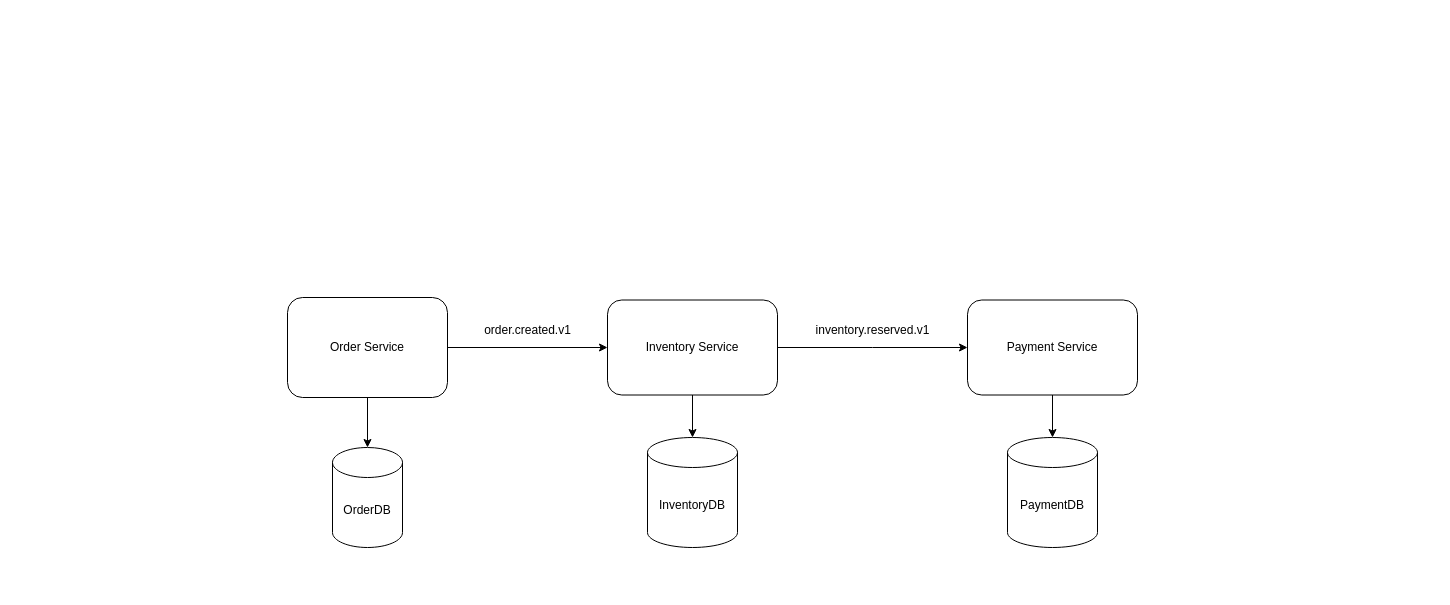
Before: RTMicroservice.drawio in ad1822/diagrams, a draw.io diagram. Source tidied: cells renumbered, new cells numbered last; positions are measured from the earlier drawing's top-left corner, leaving out a move shared by most shapes. Both pictures are drawn from the tidied source at 100%, with x=0, y=0 at pixel (287, 297). Pictures stored in the file or linked from it are replaced by grey dashed boxes.
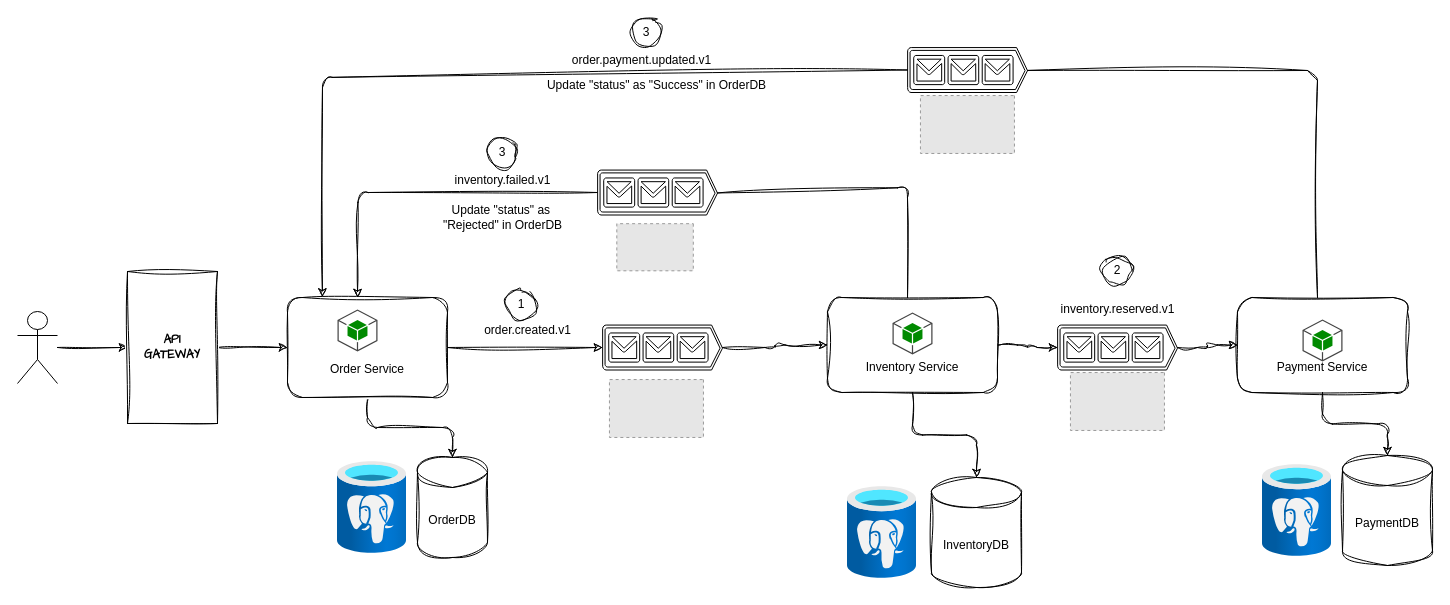
Above is the later version.

What changed in the source:
```diff
@@
-    <mxCell id="2" style="edgeStyle=orthogonalEdgeStyle;rounded=0;jettySize=auto;html=1;" parent="1" edge="1" source="4" target="5">
+    <mxCell id="2" style="edgeStyle=orthogonalEdgeStyle;rounded=1;jettySize=auto;html=1;sketch=1;curveFitting=1;jiggle=2;" parent="1" edge="1" source="4" target="5">
       <mxGeometry relative="1" as="geometry" />
     </mxCell>
-    <mxCell id="3" style="edgeStyle=orthogonalEdgeStyle;rounded=0;jettySize=auto;html=1;" parent="1" edge="1" source="4" target="8">
+    <mxCell id="3" style="edgeStyle=orthogonalEdgeStyle;rounded=1;jettySize=auto;html=1;sketch=1;curveFitting=1;jiggle=2;entryX=0;entryY=0.5;entryDx=0;entryDy=0;entryPerimeter=0;" parent="1" edge="1" source="4" target="30">
       <mxGeometry relative="1" as="geometry" />
     </mxCell>
-    <mxCell id="4" value="Order Service" style="rounded=1;whiteSpace=wrap;html=1;" parent="1" vertex="1">
+    <mxCell id="4" value="&lt;div align=&quot;center&quot;&gt;&lt;span&gt;&lt;br&gt;&lt;/span&gt;&lt;/div&gt;&lt;div align=&quot;center&quot;&gt;&lt;span&gt;&lt;br&gt;&lt;/span&gt;&lt;/div&gt;&lt;div align=&quot;center&quot;&gt;&lt;span&gt;&lt;br&gt;&lt;/span&gt;&lt;/div&gt;&lt;div align=&quot;center&quot;&gt;&lt;span&gt;Order Service&lt;/span&gt;&lt;/div&gt;" style="rounded=1;whiteSpace=wrap;html=1;sketch=1;curveFitting=1;jiggle=2;align=center;" parent="1" vertex="1">
       <mxGeometry width="160" height="100" as="geometry" />
     </mxCell>
-    <mxCell id="5" value="OrderDB" style="shape=cylinder3;whiteSpace=wrap;html=1;boundedLbl=1;backgroundOutline=1;size=15;" parent="1" vertex="1">
-      <mxGeometry x="45" y="150" width="70" height="100" as="geometry" />
+    <mxCell id="5" value="OrderDB" style="shape=cylinder3;whiteSpace=wrap;html=1;boundedLbl=1;backgroundOutline=1;size=15;sketch=1;curveFitting=1;jiggle=2;rounded=1;" parent="1" vertex="1">
+      <mxGeometry x="130" y="160" width="70" height="100" as="geometry" />
     </mxCell>
-    <mxCell id="6" style="edgeStyle=orthogonalEdgeStyle;rounded=0;jettySize=auto;html=1;" parent="1" edge="1" source="8" target="10">
+    <mxCell id="6" style="edgeStyle=orthogonalEdgeStyle;rounded=1;jettySize=auto;html=1;sketch=1;curveFitting=1;jiggle=2;" parent="1" edge="1" source="8" target="10">
       <mxGeometry relative="1" as="geometry" />
     </mxCell>
-    <mxCell id="7" style="edgeStyle=orthogonalEdgeStyle;rounded=0;jettySize=auto;html=1;" parent="1" edge="1" source="8">
-      <mxGeometry relative="1" as="geometry">
-        <mxPoint x="680" y="50" as="targetPoint" />
-      </mxGeometry>
+    <mxCell id="7" style="edgeStyle=orthogonalEdgeStyle;rounded=1;jettySize=auto;html=1;sketch=1;curveFitting=1;jiggle=2;entryX=0;entryY=0.5;entryDx=0;entryDy=0;entryPerimeter=0;" parent="1" edge="1" source="8" target="32">
+      <mxGeometry relative="1" as="geometry" />
     </mxCell>
-    <mxCell id="8" value="Inventory Service" style="whiteSpace=wrap;html=1;rounded=1;" parent="1" vertex="1">
-      <mxGeometry x="320" y="2.5" width="170" height="95" as="geometry" />
+    <mxCell id="8" value="&lt;br&gt;&lt;div&gt;&lt;br&gt;&lt;/div&gt;&lt;div&gt;&lt;br&gt;&lt;/div&gt;&lt;div&gt;Inventory Service&lt;/div&gt;" style="whiteSpace=wrap;html=1;rounded=1;sketch=1;curveFitting=1;jiggle=2;" parent="1" vertex="1">
+      <mxGeometry x="540" width="170" height="95" as="geometry" />
     </mxCell>
-    <mxCell id="9" value="order.created.v1" style="text;html=1;align=center;verticalAlign=middle;strokeColor=none;fillColor=none;" parent="1" vertex="1">
+    <mxCell id="9" value="order.created.v1" style="text;html=1;align=center;verticalAlign=middle;strokeColor=none;fillColor=none;sketch=1;curveFitting=1;jiggle=2;rounded=1;" parent="1" vertex="1">
       <mxGeometry x="170" y="18" width="140" height="30" as="geometry" />
     </mxCell>
-    <mxCell id="10" value="InventoryDB" style="shape=cylinder3;whiteSpace=wrap;html=1;boundedLbl=1;backgroundOutline=1;size=15;" parent="1" vertex="1">
-      <mxGeometry x="360" y="140" width="90" height="110" as="geometry" />
+    <mxCell id="10" value="InventoryDB" style="shape=cylinder3;whiteSpace=wrap;html=1;boundedLbl=1;backgroundOutline=1;size=15;sketch=1;curveFitting=1;jiggle=2;rounded=1;" parent="1" vertex="1">
+      <mxGeometry x="644" y="180" width="90" height="110" as="geometry" />
     </mxCell>
-    <mxCell id="11" style="edgeStyle=orthogonalEdgeStyle;rounded=0;jettySize=auto;html=1;" parent="1" edge="1" source="12" target="13">
+    <mxCell id="11" style="edgeStyle=orthogonalEdgeStyle;rounded=1;jettySize=auto;html=1;sketch=1;curveFitting=1;jiggle=2;" parent="1" edge="1" source="12" target="13">
       <mxGeometry relative="1" as="geometry" />
     </mxCell>
-    <mxCell id="12" value="Payment Service" style="whiteSpace=wrap;html=1;rounded=1;" parent="1" vertex="1">
-      <mxGeometry x="680" y="2.5" width="170" height="95" as="geometry" />
+    <mxCell id="12" value="&lt;br&gt;&lt;div&gt;&lt;br&gt;&lt;/div&gt;&lt;div&gt;&lt;br&gt;&lt;/div&gt;&lt;div&gt;Payment Service&lt;/div&gt;" style="whiteSpace=wrap;html=1;rounded=1;sketch=1;curveFitting=1;jiggle=2;" parent="1" vertex="1">
+      <mxGeometry x="950" width="170" height="95" as="geometry" />
     </mxCell>
-    <mxCell id="13" value="PaymentDB" style="shape=cylinder3;whiteSpace=wrap;html=1;boundedLbl=1;backgroundOutline=1;size=15;" parent="1" vertex="1">
-      <mxGeometry x="720" y="140" width="90" height="110" as="geometry" />
+    <mxCell id="13" value="PaymentDB" style="shape=cylinder3;whiteSpace=wrap;html=1;boundedLbl=1;backgroundOutline=1;size=15;sketch=1;curveFitting=1;jiggle=2;rounded=1;" parent="1" vertex="1">
+      <mxGeometry x="1055" y="158" width="90" height="110" as="geometry" />
     </mxCell>
-    <mxCell id="14" value="inventory.reserved.v1" style="text;html=1;align=center;verticalAlign=middle;strokeColor=none;fillColor=none;" parent="1" vertex="1">
-      <mxGeometry x="500" y="18" width="170" height="30" as="geometry" />
+    <mxCell id="14" value="inventory.reserved.v1" style="text;html=1;align=center;verticalAlign=middle;strokeColor=none;fillColor=none;sketch=1;curveFitting=1;jiggle=2;rounded=1;" parent="1" vertex="1">
+      <mxGeometry x="745" y="-3.5" width="170" height="30" as="geometry" />
     </mxCell>
+    <mxCell id="15" value="&lt;div&gt;inventory.failed.v1&lt;/div&gt;&lt;div&gt;&lt;br&gt;&lt;/div&gt;" style="text;html=1;align=center;verticalAlign=middle;strokeColor=none;fillColor=none;sketch=1;curveFitting=1;jiggle=2;rounded=1;" parent="1" vertex="1">
+      <mxGeometry x="135" y="-130" width="160" height="40" as="geometry" />
+    </mxCell>
+    <mxCell id="16" value="&lt;div&gt;Update &quot;status&quot; as&amp;nbsp;&lt;/div&gt;&lt;div&gt;&quot;Rejected&quot; in OrderDB&lt;/div&gt;" style="text;html=1;align=center;verticalAlign=middle;strokeColor=none;fillColor=none;sketch=1;curveFitting=1;jiggle=2;rounded=1;" parent="1" vertex="1">
+      <mxGeometry x="130" y="-100" width="170" height="40" as="geometry" />
+    </mxCell>
+    <mxCell id="17" value="&lt;div&gt;order.payment.updated.v1&lt;/div&gt;&lt;div&gt;&lt;br&gt;&lt;/div&gt;" style="text;html=1;align=center;verticalAlign=middle;strokeColor=none;fillColor=none;sketch=1;curveFitting=1;jiggle=2;rounded=1;" parent="1" vertex="1">
+      <mxGeometry x="254" y="-250" width="200" height="40" as="geometry" />
+    </mxCell>
+    <mxCell id="18" value="Update &quot;status&quot; as &quot;Success&quot; in OrderDB" style="text;html=1;align=center;verticalAlign=middle;strokeColor=none;fillColor=none;sketch=1;curveFitting=1;jiggle=2;rounded=1;" parent="1" vertex="1">
+      <mxGeometry x="219" y="-227" width="300" height="30" as="geometry" />
+    </mxCell>
+    <mxCell id="19" value="1" style="ellipse;whiteSpace=wrap;html=1;sketch=1;curveFitting=1;jiggle=2;rounded=1;" parent="1" vertex="1">
+      <mxGeometry x="219" y="-8" width="30" height="30" as="geometry" />
+    </mxCell>
+    <mxCell id="20" value="2" style="ellipse;whiteSpace=wrap;html=1;sketch=1;curveFitting=1;jiggle=2;rounded=1;" parent="1" vertex="1">
+      <mxGeometry x="815" y="-42" width="30" height="30" as="geometry" />
+    </mxCell>
+    <mxCell id="21" value="3" style="ellipse;whiteSpace=wrap;html=1;sketch=1;curveFitting=1;jiggle=2;rounded=1;" parent="1" vertex="1">
+      <mxGeometry x="200" y="-160" width="30" height="30" as="geometry" />
+    </mxCell>
+    <mxCell id="22" value="3" style="ellipse;whiteSpace=wrap;html=1;sketch=1;curveFitting=1;jiggle=2;rounded=1;" parent="1" vertex="1">
+      <mxGeometry x="344" y="-280" width="30" height="30" as="geometry" />
+    </mxCell>
+    <mxCell id="23" style="image;html=1;align=center;fontSize=12;image=img/lib/azure2/databases/Azure_Database_PostgreSQL_Server.svg;rounded=1;sketch=1;hachureGap=4;jiggle=2;curveFitting=1;fontFamily=Architects Daughter;" parent="1" vertex="1">
+      <mxGeometry x="50" y="164" width="69" height="92" as="geometry" />
+    </mxCell>
+    <mxCell id="24" style="image;html=1;align=center;fontSize=12;image=img/lib/azure2/databases/Azure_Database_PostgreSQL_Server.svg;rounded=1;sketch=1;hachureGap=4;jiggle=2;curveFitting=1;fontFamily=Architects Daughter;" parent="1" vertex="1">
+      <mxGeometry x="560" y="189" width="69" height="92" as="geometry" />
+    </mxCell>
+    <mxCell id="25" style="image;html=1;align=center;fontSize=12;image=img/lib/azure2/databases/Azure_Database_PostgreSQL_Server.svg;rounded=1;sketch=1;hachureGap=4;jiggle=2;curveFitting=1;fontFamily=Architects Daughter;" parent="1" vertex="1">
+      <mxGeometry x="975" y="167" width="69" height="92" as="geometry" />
+    </mxCell>
+    <mxCell id="26" style="dashed=0;verticalLabelPosition=bottom;verticalAlign=top;align=center;html=1;shape=mxgraph.aws3.android;rounded=1;hachureGap=4;fontFamily=Architects Daughter;fillColor=#008a00;fontColor=#ffffff;strokeColor=#005700;" parent="1" vertex="1">
+      <mxGeometry x="50" y="12" width="40" height="42" as="geometry" />
+    </mxCell>
+    <mxCell id="27" style="dashed=0;verticalLabelPosition=bottom;verticalAlign=top;align=center;html=1;shape=mxgraph.aws3.android;rounded=1;hachureGap=4;fontFamily=Architects Daughter;fillColor=#008a00;fontColor=#ffffff;strokeColor=#005700;" parent="1" vertex="1">
+      <mxGeometry x="605" y="15" width="40" height="42" as="geometry" />
+    </mxCell>
+    <mxCell id="28" style="dashed=0;verticalLabelPosition=bottom;verticalAlign=top;align=center;html=1;shape=mxgraph.aws3.android;rounded=1;hachureGap=4;fontFamily=Architects Daughter;fillColor=#008a00;fontColor=#ffffff;strokeColor=#005700;" parent="1" vertex="1">
+      <mxGeometry x="1015" y="22" width="40" height="42" as="geometry" />
+    </mxCell>
+    <mxCell id="29" style="edgeStyle=orthogonalEdgeStyle;rounded=1;sketch=1;hachureGap=4;jiggle=2;curveFitting=1;jettySize=auto;html=1;fontFamily=Architects Daughter;entryX=0;entryY=0.5;entryDx=0;entryDy=0;" parent="1" edge="1" source="30" target="8">
+      <mxGeometry relative="1" as="geometry" />
+    </mxCell>
+    <mxCell id="30" style="verticalLabelPosition=bottom;html=1;verticalAlign=top;align=center;shape=mxgraph.azure.queue_generic;rounded=1;hachureGap=4;fontFamily=Architects Daughter;" parent="1" vertex="1">
+      <mxGeometry x="315" y="27.5" width="120" height="45" as="geometry" />
+    </mxCell>
+    <mxCell id="31" style="edgeStyle=orthogonalEdgeStyle;rounded=1;sketch=1;hachureGap=4;jiggle=2;curveFitting=1;jettySize=auto;html=1;fontFamily=Architects Daughter;" parent="1" edge="1" source="32" target="12">
+      <mxGeometry relative="1" as="geometry" />
+    </mxCell>
+    <mxCell id="32" style="verticalLabelPosition=bottom;html=1;verticalAlign=top;align=center;shape=mxgraph.azure.queue_generic;rounded=1;hachureGap=4;fontFamily=Architects Daughter;" parent="1" vertex="1">
+      <mxGeometry x="770" y="27.5" width="120" height="45" as="geometry" />
+    </mxCell>
+    <mxCell id="33" style="edgeStyle=orthogonalEdgeStyle;rounded=1;sketch=1;hachureGap=4;jiggle=2;curveFitting=1;jettySize=auto;html=1;fontFamily=Architects Daughter;" parent="1" edge="1" source="34" target="36">
+      <mxGeometry relative="1" as="geometry" />
+    </mxCell>
+    <mxCell id="34" style="shape=umlActor;verticalLabelPosition=bottom;labelBackgroundColor=#ffffff;verticalAlign=top;html=1;outlineConnect=0;" parent="1" vertex="1">
+      <mxGeometry x="-270" y="14" width="40" height="72" as="geometry" />
+    </mxCell>
+    <mxCell id="35" style="edgeStyle=orthogonalEdgeStyle;rounded=1;sketch=1;hachureGap=4;jiggle=2;curveFitting=1;jettySize=auto;html=1;fontFamily=Architects Daughter;entryX=0;entryY=0.5;entryDx=0;entryDy=0;" parent="1" edge="1" source="36" target="4">
+      <mxGeometry relative="1" as="geometry" />
+    </mxCell>
+    <mxCell id="36" value="&lt;div align=&quot;center&quot;&gt;&lt;span style=&quot;color: rgb(255, 51, 255);&quot;&gt;&lt;span style=&quot;color: rgb(255, 51, 255);&quot;&gt;&lt;b style=&quot;color: light-dark(rgb(0, 0, 0), rgb(255, 51, 255));&quot;&gt;API&lt;br&gt;&lt;/b&gt;&lt;/span&gt;&lt;/span&gt;&lt;/div&gt;&lt;div align=&quot;center&quot;&gt;&lt;b style=&quot;color: light-dark(rgb(0, 0, 0), rgb(255, 51, 255));&quot;&gt;GATEWAY&lt;/b&gt;&lt;/div&gt;" style="rounded=0;whiteSpace=wrap;html=1;sketch=1;hachureGap=4;jiggle=2;curveFitting=1;fontFamily=Architects Daughter;align=center;" parent="1" vertex="1">
+      <mxGeometry x="-160" y="-26" width="90" height="152" as="geometry" />
+    </mxCell>
+    <mxCell id="37" style="fillColor=#E6E6E6;strokeColor=#999999;dashed=1;verticalLabelPosition=bottom;labelBackgroundColor=default;verticalAlign=top;rotation=90;" parent="1" vertex="1">
+      <mxGeometry x="340" y="64" width="57.9" height="94" as="geometry" />
+    </mxCell>
+    <mxCell id="38" style="fillColor=#E6E6E6;strokeColor=#999999;dashed=1;verticalLabelPosition=bottom;labelBackgroundColor=default;verticalAlign=top;rotation=90;" parent="1" vertex="1">
+      <mxGeometry x="801" y="57" width="57.9" height="94" as="geometry" />
+    </mxCell>
+    <mxCell id="39" style="verticalLabelPosition=bottom;html=1;verticalAlign=top;align=center;shape=mxgraph.azure.queue_generic;rounded=1;hachureGap=4;fontFamily=Architects Daughter;rotation=0;" parent="1" vertex="1">
+      <mxGeometry x="620" y="-250" width="120" height="45" as="geometry" />
+    </mxCell>
+    <mxCell id="40" style="endArrow=classic;html=1;rounded=1;sketch=1;hachureGap=4;jiggle=2;curveFitting=1;fontFamily=Architects Daughter;entryX=0.218;entryY=-0.005;entryDx=0;entryDy=0;entryPerimeter=0;exitX=0;exitY=0.5;exitDx=0;exitDy=0;exitPerimeter=0;" parent="1" edge="1" source="39" target="4">
+      <mxGeometry relative="1" as="geometry">
+        <Array as="points">
+          <mxPoint x="35" y="-220" />
+        </Array>
+      </mxGeometry>
+    </mxCell>
+    <mxCell id="41" style="endArrow=none;html=1;rounded=1;sketch=1;hachureGap=4;jiggle=2;curveFitting=1;fontFamily=Architects Daughter;entryX=1;entryY=0.51;entryDx=0;entryDy=0;entryPerimeter=0;labelBorderColor=default;" parent="1" edge="1" target="39">
+      <mxGeometry relative="1" as="geometry">
+        <mxPoint x="1030" as="sourcePoint" />
+        <Array as="points">
+          <mxPoint x="1030" y="-227" />
+        </Array>
+      </mxGeometry>
+    </mxCell>
+    <mxCell id="42" style="fillColor=#E6E6E6;strokeColor=#999999;dashed=1;verticalLabelPosition=bottom;labelBackgroundColor=default;verticalAlign=top;rotation=90;" parent="1" vertex="1">
+      <mxGeometry x="651" y="-220" width="57.9" height="94" as="geometry" />
+    </mxCell>
+    <mxCell id="43" style="edgeStyle=orthogonalEdgeStyle;rounded=1;sketch=1;hachureGap=4;jiggle=2;curveFitting=1;jettySize=auto;html=1;fontFamily=Architects Daughter;" parent="1" edge="1" source="44">
+      <mxGeometry relative="1" as="geometry">
+        <mxPoint x="70" as="targetPoint" />
+      </mxGeometry>
+    </mxCell>
+    <mxCell id="44" style="verticalLabelPosition=bottom;html=1;verticalAlign=top;align=center;shape=mxgraph.azure.queue_generic;rounded=1;hachureGap=4;fontFamily=Architects Daughter;rotation=0;" parent="1" vertex="1">
+      <mxGeometry x="310" y="-127.5" width="120" height="45" as="geometry" />
+    </mxCell>
+    <mxCell id="45" style="fillColor=#E6E6E6;strokeColor=#999999;dashed=1;verticalLabelPosition=bottom;labelBackgroundColor=default;verticalAlign=top;rotation=90;" parent="1" vertex="1">
+      <mxGeometry x="344" y="-88.5" width="47.1" height="76.5" as="geometry" />
+    </mxCell>
+    <mxCell id="46" style="endArrow=none;html=1;rounded=1;sketch=1;hachureGap=4;jiggle=2;curveFitting=1;fontFamily=Architects Daughter;entryX=1;entryY=0.51;entryDx=0;entryDy=0;entryPerimeter=0;" parent="1" edge="1" target="44">
+      <mxGeometry relative="1" as="geometry">
+        <mxPoint x="620" as="sourcePoint" />
+        <Array as="points">
+          <mxPoint x="620" y="-110" />
+        </Array>
+      </mxGeometry>
+    </mxCell>
```
